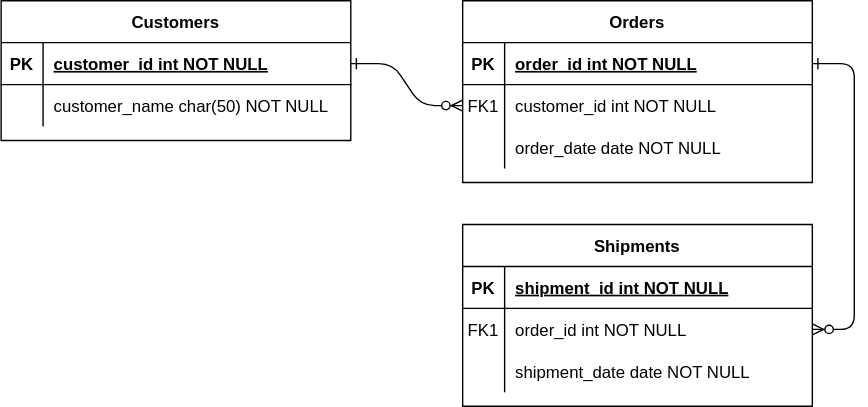
djumanov/ToDoWoo keeps this draw.io diagram as db-design.svg. Above is the earlier version. Source tidied: cells renumbered, new cells last; positions are measured from the earlier drawing's top-left corner, leaving out a move shared by most shapes. The source it was exported from:
```xml
<mxGraphModel>
  <root>
    <mxCell id="0" />
    <mxCell id="1" parent="0" />
    <mxCell id="2" style="edgeStyle=entityRelationEdgeStyle;endArrow=ERzeroToMany;startArrow=ERone;endFill=1;startFill=0;" parent="1" edge="1" source="25" target="8">
      <mxGeometry relative="1" as="geometry" />
    </mxCell>
    <mxCell id="3" style="edgeStyle=entityRelationEdgeStyle;endArrow=ERzeroToMany;startArrow=ERone;endFill=1;startFill=0;" parent="1" edge="1" source="5" target="18">
      <mxGeometry relative="1" as="geometry" />
    </mxCell>
    <mxCell id="4" value="Orders" style="shape=table;startSize=30;rowLines=0;fontStyle=1;align=center;" parent="1" vertex="1">
      <mxGeometry x="330" width="250" height="130" as="geometry" />
    </mxCell>
    <mxCell id="5" style="shape=partialRectangle;fillColor=none;points=[[0,0.5],[1,0.5]];portConstraint=eastwest;top=0;left=0;right=0;bottom=1;" parent="4" vertex="1">
      <mxGeometry y="30" width="250" height="30" as="geometry" />
    </mxCell>
    <mxCell id="6" value="PK" style="shape=partialRectangle;overflow=hidden;fillColor=none;top=0;left=0;bottom=0;right=0;fontStyle=1;" parent="5" vertex="1">
      <mxGeometry width="30" height="30" as="geometry" />
    </mxCell>
    <mxCell id="7" value="order_id int NOT NULL " style="shape=partialRectangle;overflow=hidden;fillColor=none;top=0;left=0;bottom=0;right=0;align=left;spacingLeft=6;fontStyle=5;" parent="5" vertex="1">
      <mxGeometry x="30" width="220" height="30" as="geometry" />
    </mxCell>
    <mxCell id="8" style="shape=partialRectangle;fillColor=none;points=[[0,0.5],[1,0.5]];portConstraint=eastwest;top=0;left=0;right=0;bottom=0;" parent="4" vertex="1">
      <mxGeometry y="60" width="250" height="30" as="geometry" />
    </mxCell>
    <mxCell id="9" value="FK1" style="shape=partialRectangle;overflow=hidden;fillColor=none;top=0;left=0;bottom=0;right=0;" parent="8" vertex="1">
      <mxGeometry width="30" height="30" as="geometry" />
    </mxCell>
    <mxCell id="10" value="customer_id int NOT NULL" style="shape=partialRectangle;overflow=hidden;fillColor=none;top=0;left=0;bottom=0;right=0;align=left;spacingLeft=6;" parent="8" vertex="1">
      <mxGeometry x="30" width="220" height="30" as="geometry" />
    </mxCell>
    <mxCell id="11" style="shape=partialRectangle;fillColor=none;top=0;left=0;right=0;bottom=0;" parent="4" vertex="1">
      <mxGeometry y="90" width="250" height="30" as="geometry" />
    </mxCell>
    <mxCell id="12" style="shape=partialRectangle;overflow=hidden;fillColor=none;top=0;left=0;bottom=0;right=0;" parent="11" vertex="1">
      <mxGeometry width="30" height="30" as="geometry" />
    </mxCell>
    <mxCell id="13" value="order_date date NOT NULL" style="shape=partialRectangle;overflow=hidden;fillColor=none;top=0;left=0;bottom=0;right=0;align=left;spacingLeft=6;" parent="11" vertex="1">
      <mxGeometry x="30" width="220" height="30" as="geometry" />
    </mxCell>
    <mxCell id="14" value="Shipments" style="shape=table;startSize=30;rowLines=0;fontStyle=1;align=center;" parent="1" vertex="1">
      <mxGeometry x="330" y="160" width="250" height="130" as="geometry" />
    </mxCell>
    <mxCell id="15" style="shape=partialRectangle;fillColor=none;top=0;left=0;right=0;bottom=1;" parent="14" vertex="1">
      <mxGeometry y="30" width="250" height="30" as="geometry" />
    </mxCell>
    <mxCell id="16" value="PK" style="shape=partialRectangle;overflow=hidden;fillColor=none;top=0;left=0;bottom=0;right=0;fontStyle=1;" parent="15" vertex="1">
      <mxGeometry width="30" height="30" as="geometry" />
    </mxCell>
    <mxCell id="17" value="shipment_id int NOT NULL " style="shape=partialRectangle;overflow=hidden;fillColor=none;top=0;left=0;bottom=0;right=0;align=left;spacingLeft=6;fontStyle=5;" parent="15" vertex="1">
      <mxGeometry x="30" width="220" height="30" as="geometry" />
    </mxCell>
    <mxCell id="18" style="shape=partialRectangle;fillColor=none;points=[[0,0.5],[1,0.5]];portConstraint=eastwest;top=0;left=0;right=0;bottom=0;" parent="14" vertex="1">
      <mxGeometry y="60" width="250" height="30" as="geometry" />
    </mxCell>
    <mxCell id="19" value="FK1" style="shape=partialRectangle;overflow=hidden;fillColor=none;top=0;left=0;bottom=0;right=0;" parent="18" vertex="1">
      <mxGeometry width="30" height="30" as="geometry" />
    </mxCell>
    <mxCell id="20" value="order_id int NOT NULL" style="shape=partialRectangle;overflow=hidden;fillColor=none;top=0;left=0;bottom=0;right=0;align=left;spacingLeft=6;" parent="18" vertex="1">
      <mxGeometry x="30" width="220" height="30" as="geometry" />
    </mxCell>
    <mxCell id="21" style="shape=partialRectangle;fillColor=none;top=0;left=0;right=0;bottom=0;" parent="14" vertex="1">
      <mxGeometry y="90" width="250" height="30" as="geometry" />
    </mxCell>
    <mxCell id="22" style="shape=partialRectangle;overflow=hidden;fillColor=none;top=0;left=0;bottom=0;right=0;" parent="21" vertex="1">
      <mxGeometry width="30" height="30" as="geometry" />
    </mxCell>
    <mxCell id="23" value="shipment_date date NOT NULL" style="shape=partialRectangle;overflow=hidden;fillColor=none;top=0;left=0;bottom=0;right=0;align=left;spacingLeft=6;" parent="21" vertex="1">
      <mxGeometry x="30" width="220" height="30" as="geometry" />
    </mxCell>
    <mxCell id="24" value="Customers" style="shape=table;startSize=30;rowLines=0;fontStyle=1;align=center;" parent="1" vertex="1">
      <mxGeometry width="250" height="100" as="geometry" />
    </mxCell>
    <mxCell id="25" style="shape=partialRectangle;fillColor=none;points=[[0,0.5],[1,0.5]];portConstraint=eastwest;top=0;left=0;right=0;bottom=1;" parent="24" vertex="1">
      <mxGeometry y="30" width="250" height="30" as="geometry" />
    </mxCell>
    <mxCell id="26" value="PK" style="shape=partialRectangle;overflow=hidden;fillColor=none;top=0;left=0;bottom=0;right=0;fontStyle=1;" parent="25" vertex="1">
      <mxGeometry width="30" height="30" as="geometry" />
    </mxCell>
    <mxCell id="27" value="customer_id int NOT NULL " style="shape=partialRectangle;overflow=hidden;fillColor=none;top=0;left=0;bottom=0;right=0;align=left;spacingLeft=6;fontStyle=5;" parent="25" vertex="1">
      <mxGeometry x="30" width="220" height="30" as="geometry" />
    </mxCell>
    <mxCell id="28" style="shape=partialRectangle;fillColor=none;top=0;left=0;right=0;bottom=0;" parent="24" vertex="1">
      <mxGeometry y="60" width="250" height="30" as="geometry" />
    </mxCell>
    <mxCell id="29" style="shape=partialRectangle;overflow=hidden;fillColor=none;top=0;left=0;bottom=0;right=0;" parent="28" vertex="1">
      <mxGeometry width="30" height="30" as="geometry" />
    </mxCell>
    <mxCell id="30" value="customer_name char(50) NOT NULL" style="shape=partialRectangle;overflow=hidden;fillColor=none;top=0;left=0;bottom=0;right=0;align=left;spacingLeft=6;" parent="28" vertex="1">
      <mxGeometry x="30" width="220" height="30" as="geometry" />
    </mxCell>
  </root>
</mxGraphModel>
```
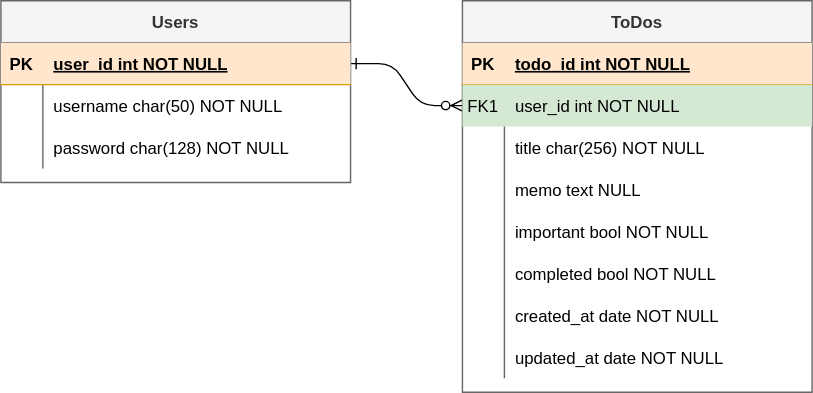
After the commit.

What changed in the source:
```diff
@@ -5,28 +5,25 @@
     <mxCell id="2" style="edgeStyle=entityRelationEdgeStyle;endArrow=ERzeroToMany;startArrow=ERone;endFill=1;startFill=0;" parent="1" edge="1" source="25" target="8">
       <mxGeometry relative="1" as="geometry" />
     </mxCell>
-    <mxCell id="3" style="edgeStyle=entityRelationEdgeStyle;endArrow=ERzeroToMany;startArrow=ERone;endFill=1;startFill=0;" parent="1" edge="1" source="5" target="18">
-      <mxGeometry relative="1" as="geometry" />
-    </mxCell>
-    <mxCell id="4" value="Orders" style="shape=table;startSize=30;rowLines=0;fontStyle=1;align=center;" parent="1" vertex="1">
-      <mxGeometry x="330" width="250" height="130" as="geometry" />
+    <mxCell id="4" value="ToDos" style="shape=table;startSize=30;rowLines=0;fontStyle=1;align=center;fillColor=#f5f5f5;fontColor=#333333;strokeColor=#666666;" parent="1" vertex="1">
+      <mxGeometry x="330" width="250" height="280" as="geometry" />
     </mxCell>
-    <mxCell id="5" style="shape=partialRectangle;fillColor=none;points=[[0,0.5],[1,0.5]];portConstraint=eastwest;top=0;left=0;right=0;bottom=1;" parent="4" vertex="1">
+    <mxCell id="5" style="shape=partialRectangle;fillColor=#ffe6cc;points=[[0,0.5],[1,0.5]];portConstraint=eastwest;top=0;left=0;right=0;bottom=1;strokeColor=#d79b00;" parent="4" vertex="1">
       <mxGeometry y="30" width="250" height="30" as="geometry" />
     </mxCell>
     <mxCell id="6" value="PK" style="shape=partialRectangle;overflow=hidden;fillColor=none;top=0;left=0;bottom=0;right=0;fontStyle=1;" parent="5" vertex="1">
       <mxGeometry width="30" height="30" as="geometry" />
     </mxCell>
-    <mxCell id="7" value="order_id int NOT NULL " style="shape=partialRectangle;overflow=hidden;fillColor=none;top=0;left=0;bottom=0;right=0;align=left;spacingLeft=6;fontStyle=5;" parent="5" vertex="1">
+    <mxCell id="7" value="todo_id int NOT NULL " style="shape=partialRectangle;overflow=hidden;fillColor=none;top=0;left=0;bottom=0;right=0;align=left;spacingLeft=6;fontStyle=5;" parent="5" vertex="1">
       <mxGeometry x="30" width="220" height="30" as="geometry" />
     </mxCell>
-    <mxCell id="8" style="shape=partialRectangle;fillColor=none;points=[[0,0.5],[1,0.5]];portConstraint=eastwest;top=0;left=0;right=0;bottom=0;" parent="4" vertex="1">
+    <mxCell id="8" style="shape=partialRectangle;fillColor=#d5e8d4;points=[[0,0.5],[1,0.5]];portConstraint=eastwest;top=0;left=0;right=0;bottom=0;strokeColor=#82b366;" parent="4" vertex="1">
       <mxGeometry y="60" width="250" height="30" as="geometry" />
     </mxCell>
     <mxCell id="9" value="FK1" style="shape=partialRectangle;overflow=hidden;fillColor=none;top=0;left=0;bottom=0;right=0;" parent="8" vertex="1">
       <mxGeometry width="30" height="30" as="geometry" />
     </mxCell>
-    <mxCell id="10" value="customer_id int NOT NULL" style="shape=partialRectangle;overflow=hidden;fillColor=none;top=0;left=0;bottom=0;right=0;align=left;spacingLeft=6;" parent="8" vertex="1">
+    <mxCell id="10" value="user_id int NOT NULL" style="shape=partialRectangle;overflow=hidden;fillColor=none;top=0;left=0;bottom=0;right=0;align=left;spacingLeft=6;" parent="8" vertex="1">
       <mxGeometry x="30" width="220" height="30" as="geometry" />
     </mxCell>
     <mxCell id="11" style="shape=partialRectangle;fillColor=none;top=0;left=0;right=0;bottom=0;" parent="4" vertex="1">
@@ -35,49 +32,64 @@
     <mxCell id="12" style="shape=partialRectangle;overflow=hidden;fillColor=none;top=0;left=0;bottom=0;right=0;" parent="11" vertex="1">
       <mxGeometry width="30" height="30" as="geometry" />
     </mxCell>
-    <mxCell id="13" value="order_date date NOT NULL" style="shape=partialRectangle;overflow=hidden;fillColor=none;top=0;left=0;bottom=0;right=0;align=left;spacingLeft=6;" parent="11" vertex="1">
+    <mxCell id="13" value="title char(256) NOT NULL" style="shape=partialRectangle;overflow=hidden;fillColor=none;top=0;left=0;bottom=0;right=0;align=left;spacingLeft=6;" parent="11" vertex="1">
       <mxGeometry x="30" width="220" height="30" as="geometry" />
     </mxCell>
-    <mxCell id="14" value="Shipments" style="shape=table;startSize=30;rowLines=0;fontStyle=1;align=center;" parent="1" vertex="1">
-      <mxGeometry x="330" y="160" width="250" height="130" as="geometry" />
-    </mxCell>
-    <mxCell id="15" style="shape=partialRectangle;fillColor=none;top=0;left=0;right=0;bottom=1;" parent="14" vertex="1">
-      <mxGeometry y="30" width="250" height="30" as="geometry" />
-    </mxCell>
-    <mxCell id="16" value="PK" style="shape=partialRectangle;overflow=hidden;fillColor=none;top=0;left=0;bottom=0;right=0;fontStyle=1;" parent="15" vertex="1">
-      <mxGeometry width="30" height="30" as="geometry" />
-    </mxCell>
-    <mxCell id="17" value="shipment_id int NOT NULL " style="shape=partialRectangle;overflow=hidden;fillColor=none;top=0;left=0;bottom=0;right=0;align=left;spacingLeft=6;fontStyle=5;" parent="15" vertex="1">
-      <mxGeometry x="30" width="220" height="30" as="geometry" />
-    </mxCell>
-    <mxCell id="18" style="shape=partialRectangle;fillColor=none;points=[[0,0.5],[1,0.5]];portConstraint=eastwest;top=0;left=0;right=0;bottom=0;" parent="14" vertex="1">
-      <mxGeometry y="60" width="250" height="30" as="geometry" />
-    </mxCell>
-    <mxCell id="19" value="FK1" style="shape=partialRectangle;overflow=hidden;fillColor=none;top=0;left=0;bottom=0;right=0;" parent="18" vertex="1">
-      <mxGeometry width="30" height="30" as="geometry" />
-    </mxCell>
-    <mxCell id="20" value="order_id int NOT NULL" style="shape=partialRectangle;overflow=hidden;fillColor=none;top=0;left=0;bottom=0;right=0;align=left;spacingLeft=6;" parent="18" vertex="1">
-      <mxGeometry x="30" width="220" height="30" as="geometry" />
-    </mxCell>
-    <mxCell id="21" style="shape=partialRectangle;fillColor=none;top=0;left=0;right=0;bottom=0;" parent="14" vertex="1">
-      <mxGeometry y="90" width="250" height="30" as="geometry" />
-    </mxCell>
-    <mxCell id="22" style="shape=partialRectangle;overflow=hidden;fillColor=none;top=0;left=0;bottom=0;right=0;" parent="21" vertex="1">
-      <mxGeometry width="30" height="30" as="geometry" />
-    </mxCell>
-    <mxCell id="23" value="shipment_date date NOT NULL" style="shape=partialRectangle;overflow=hidden;fillColor=none;top=0;left=0;bottom=0;right=0;align=left;spacingLeft=6;" parent="21" vertex="1">
-      <mxGeometry x="30" width="220" height="30" as="geometry" />
-    </mxCell>
+    <mxCell id="31" style="shape=partialRectangle;fillColor=none;top=0;left=0;right=0;bottom=0;" parent="4" vertex="1">
+      <mxGeometry y="120" width="250" height="30" as="geometry" />
+    </mxCell>
+    <mxCell id="32" style="shape=partialRectangle;overflow=hidden;fillColor=none;top=0;left=0;bottom=0;right=0;" parent="31" vertex="1">
+      <mxGeometry width="30" height="30" as="geometry" />
+    </mxCell>
+    <mxCell id="33" value="memo text NULL" style="shape=partialRectangle;overflow=hidden;fillColor=none;top=0;left=0;bottom=0;right=0;align=left;spacingLeft=6;" parent="31" vertex="1">
+      <mxGeometry x="30" width="220" height="30" as="geometry" />
+    </mxCell>
+    <mxCell id="34" style="shape=partialRectangle;fillColor=none;top=0;left=0;right=0;bottom=0;" parent="4" vertex="1">
+      <mxGeometry y="150" width="250" height="30" as="geometry" />
+    </mxCell>
+    <mxCell id="35" style="shape=partialRectangle;overflow=hidden;fillColor=none;top=0;left=0;bottom=0;right=0;" parent="34" vertex="1">
+      <mxGeometry width="30" height="30" as="geometry" />
+    </mxCell>
+    <mxCell id="36" value="important bool NOT NULL" style="shape=partialRectangle;overflow=hidden;fillColor=none;top=0;left=0;bottom=0;right=0;align=left;spacingLeft=6;" parent="34" vertex="1">
+      <mxGeometry x="30" width="220" height="30" as="geometry" />
+    </mxCell>
+    <mxCell id="37" style="shape=partialRectangle;fillColor=none;top=0;left=0;right=0;bottom=0;" parent="4" vertex="1">
+      <mxGeometry y="180" width="250" height="30" as="geometry" />
+    </mxCell>
+    <mxCell id="38" style="shape=partialRectangle;overflow=hidden;fillColor=none;top=0;left=0;bottom=0;right=0;" parent="37" vertex="1">
+      <mxGeometry width="30" height="30" as="geometry" />
+    </mxCell>
+    <mxCell id="39" value="completed bool NOT NULL" style="shape=partialRectangle;overflow=hidden;fillColor=none;top=0;left=0;bottom=0;right=0;align=left;spacingLeft=6;" parent="37" vertex="1">
+      <mxGeometry x="30" width="220" height="30" as="geometry" />
+    </mxCell>
+    <mxCell id="40" style="shape=partialRectangle;fillColor=none;top=0;left=0;right=0;bottom=0;" parent="4" vertex="1">
+      <mxGeometry y="210" width="250" height="30" as="geometry" />
+    </mxCell>
+    <mxCell id="41" style="shape=partialRectangle;overflow=hidden;fillColor=none;top=0;left=0;bottom=0;right=0;" parent="40" vertex="1">
+      <mxGeometry width="30" height="30" as="geometry" />
+    </mxCell>
+    <mxCell id="42" value="created_at date NOT NULL" style="shape=partialRectangle;overflow=hidden;fillColor=none;top=0;left=0;bottom=0;right=0;align=left;spacingLeft=6;" parent="40" vertex="1">
+      <mxGeometry x="30" width="220" height="30" as="geometry" />
+    </mxCell>
+    <mxCell id="43" style="shape=partialRectangle;fillColor=none;top=0;left=0;right=0;bottom=0;" parent="4" vertex="1">
+      <mxGeometry y="240" width="250" height="30" as="geometry" />
+    </mxCell>
+    <mxCell id="44" style="shape=partialRectangle;overflow=hidden;fillColor=none;top=0;left=0;bottom=0;right=0;" parent="43" vertex="1">
+      <mxGeometry width="30" height="30" as="geometry" />
+    </mxCell>
+    <mxCell id="45" value="updated_at date NOT NULL" style="shape=partialRectangle;overflow=hidden;fillColor=none;top=0;left=0;bottom=0;right=0;align=left;spacingLeft=6;" parent="43" vertex="1">
+      <mxGeometry x="30" width="220" height="30" as="geometry" />
+    </mxCell>
-    <mxCell id="24" value="Customers" style="shape=table;startSize=30;rowLines=0;fontStyle=1;align=center;" parent="1" vertex="1">
-      <mxGeometry width="250" height="100" as="geometry" />
+    <mxCell id="24" value="Users" style="shape=table;startSize=30;rowLines=0;fontStyle=1;align=center;fillColor=#f5f5f5;fontColor=#333333;strokeColor=#666666;" parent="1" vertex="1">
+      <mxGeometry width="250" height="130" as="geometry" />
     </mxCell>
-    <mxCell id="25" style="shape=partialRectangle;fillColor=none;points=[[0,0.5],[1,0.5]];portConstraint=eastwest;top=0;left=0;right=0;bottom=1;" parent="24" vertex="1">
+    <mxCell id="25" style="shape=partialRectangle;fillColor=#ffe6cc;points=[[0,0.5],[1,0.5]];portConstraint=eastwest;top=0;left=0;right=0;bottom=1;strokeColor=#d79b00;" parent="24" vertex="1">
       <mxGeometry y="30" width="250" height="30" as="geometry" />
     </mxCell>
     <mxCell id="26" value="PK" style="shape=partialRectangle;overflow=hidden;fillColor=none;top=0;left=0;bottom=0;right=0;fontStyle=1;" parent="25" vertex="1">
       <mxGeometry width="30" height="30" as="geometry" />
     </mxCell>
-    <mxCell id="27" value="customer_id int NOT NULL " style="shape=partialRectangle;overflow=hidden;fillColor=none;top=0;left=0;bottom=0;right=0;align=left;spacingLeft=6;fontStyle=5;" parent="25" vertex="1">
+    <mxCell id="27" value="user_id int NOT NULL " style="shape=partialRectangle;overflow=hidden;fillColor=none;top=0;left=0;bottom=0;right=0;align=left;spacingLeft=6;fontStyle=5;" parent="25" vertex="1">
       <mxGeometry x="30" width="220" height="30" as="geometry" />
     </mxCell>
     <mxCell id="28" style="shape=partialRectangle;fillColor=none;top=0;left=0;right=0;bottom=0;" parent="24" vertex="1">
@@ -86,8 +98,17 @@
     <mxCell id="29" style="shape=partialRectangle;overflow=hidden;fillColor=none;top=0;left=0;bottom=0;right=0;" parent="28" vertex="1">
       <mxGeometry width="30" height="30" as="geometry" />
     </mxCell>
-    <mxCell id="30" value="customer_name char(50) NOT NULL" style="shape=partialRectangle;overflow=hidden;fillColor=none;top=0;left=0;bottom=0;right=0;align=left;spacingLeft=6;" parent="28" vertex="1">
+    <mxCell id="30" value="username char(50) NOT NULL" style="shape=partialRectangle;overflow=hidden;fillColor=none;top=0;left=0;bottom=0;right=0;align=left;spacingLeft=6;" parent="28" vertex="1">
       <mxGeometry x="30" width="220" height="30" as="geometry" />
     </mxCell>
+    <mxCell id="21" style="shape=partialRectangle;fillColor=none;top=0;left=0;right=0;bottom=0;" parent="24" vertex="1">
+      <mxGeometry y="90" width="250" height="30" as="geometry" />
+    </mxCell>
+    <mxCell id="46" style="shape=partialRectangle;overflow=hidden;fillColor=none;top=0;left=0;bottom=0;right=0;" parent="21" vertex="1">
+      <mxGeometry width="30" height="30" as="geometry" />
+    </mxCell>
+    <mxCell id="47" value="password char(128) NOT NULL" style="shape=partialRectangle;overflow=hidden;fillColor=none;top=0;left=0;bottom=0;right=0;align=left;spacingLeft=6;" parent="21" vertex="1">
+      <mxGeometry x="30" width="220" height="30" as="geometry" />
+    </mxCell>
   </root>
 </mxGraphModel>
```
